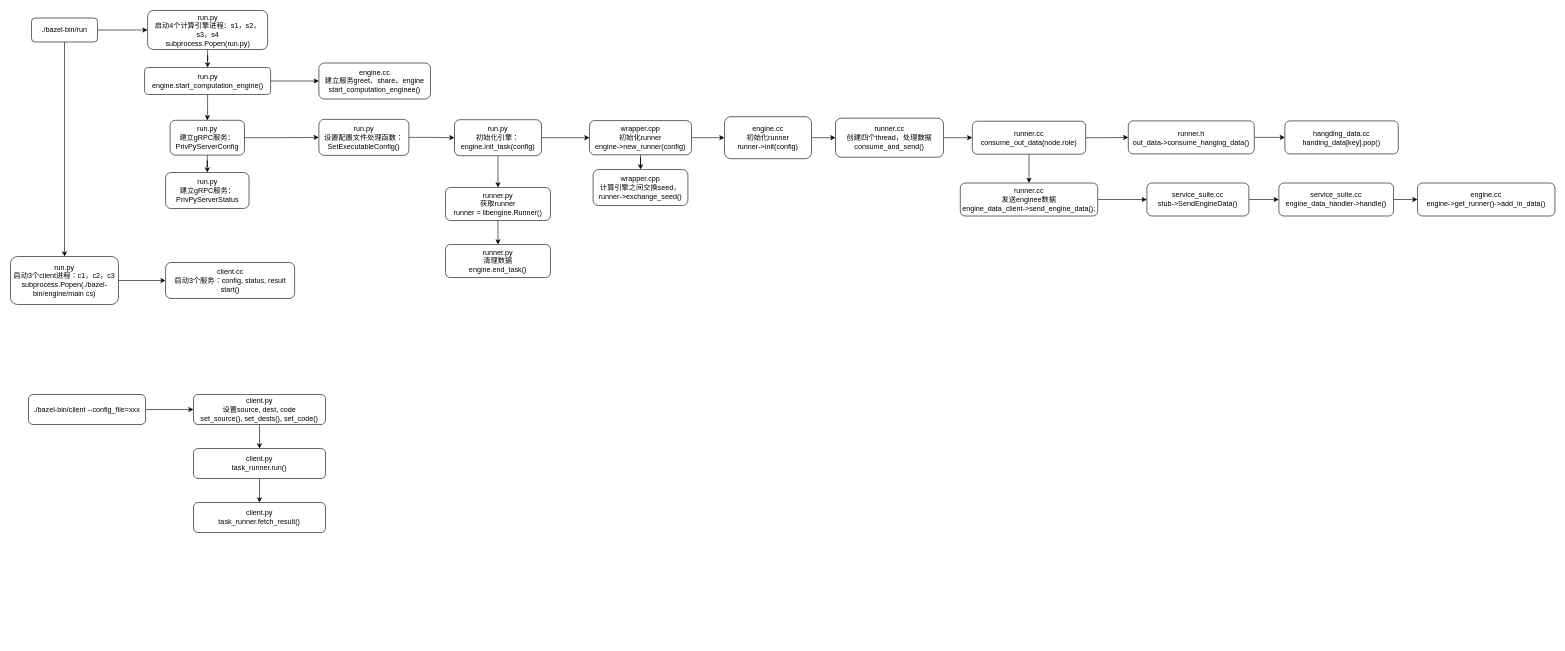
Above: workflow.drawio in yankaili2006/wiki (draw.io), before the change. Source tidied: cells renumbered, new cells numbered last; positions are measured from the earlier drawing's top-left corner, leaving out a move shared by most shapes. Both pictures are drawn from the tidied source at 60%, with x=0, y=0 at pixel (10, 10).
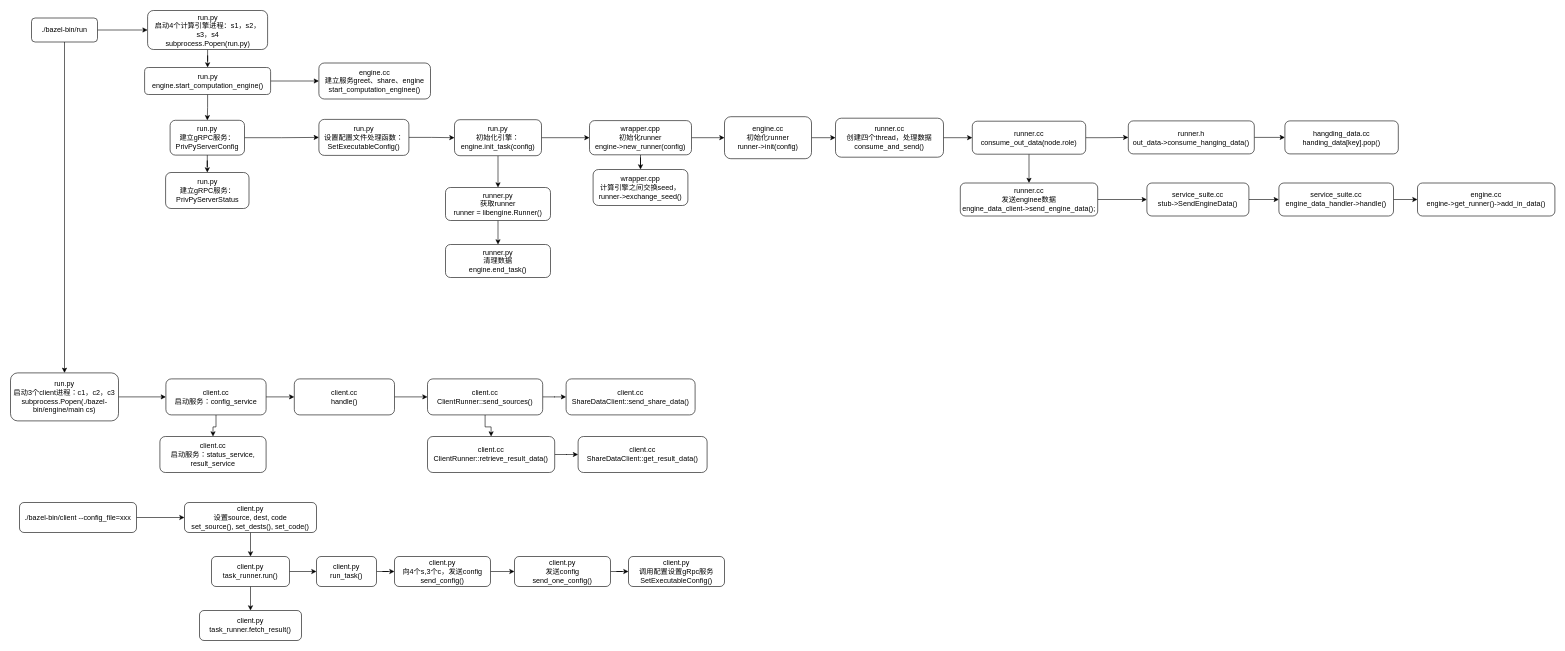
The same page after the edit.

The edit, as a diff of the source:
```diff
@@
     <mxCell id="6" value="&lt;span lang=&quot;EN-US&quot;&gt;run.py&lt;br&gt;启动3个client进程：c1，c2，c3&lt;br&gt;subprocess.Popen(./bazel-bin/engine/main cs)&lt;br&gt;&lt;/span&gt;" style="shape=ext;rounded=1;html=1;whiteSpace=wrap;" parent="1" vertex="1">
-      <mxGeometry y="410" width="180" height="80" as="geometry" />
+      <mxGeometry y="604" width="180" height="80" as="geometry" />
     </mxCell>
+    <mxCell id="54" style="edgeStyle=orthogonalEdgeStyle;rounded=0;jettySize=auto;html=1;" parent="1" edge="1" source="7" target="58">
+      <mxGeometry relative="1" as="geometry" />
+    </mxCell>
+    <mxCell id="55" style="edgeStyle=orthogonalEdgeStyle;rounded=0;jettySize=auto;html=1;" parent="1" edge="1" source="7" target="57">
+      <mxGeometry relative="1" as="geometry" />
+    </mxCell>
-    <mxCell id="7" value="&lt;span lang=&quot;EN-US&quot;&gt;client.cc&lt;br&gt;启动3个服务：config, status, result&lt;br&gt;start()&lt;br&gt;&lt;/span&gt;" style="shape=ext;rounded=1;html=1;whiteSpace=wrap;" parent="1" vertex="1">
-      <mxGeometry x="258.5" y="420" width="215" height="60" as="geometry" />
+    <mxCell id="7" value="&lt;span lang=&quot;EN-US&quot;&gt;client.cc&lt;br&gt;启动服务：config_service&lt;br&gt;&lt;/span&gt;" style="shape=ext;rounded=1;html=1;whiteSpace=wrap;" parent="1" vertex="1">
+      <mxGeometry x="259" y="614" width="167" height="60" as="geometry" />
     </mxCell>
+    <mxCell id="56" style="edgeStyle=orthogonalEdgeStyle;rounded=0;jettySize=auto;html=1;" parent="1" edge="1" source="57" target="61">
+      <mxGeometry relative="1" as="geometry" />
+    </mxCell>
+    <mxCell id="57" value="&lt;span lang=&quot;EN-US&quot;&gt;client.cc&lt;br&gt;handle()&lt;br&gt;&lt;/span&gt;" style="shape=ext;rounded=1;html=1;whiteSpace=wrap;" parent="1" vertex="1">
+      <mxGeometry x="473" y="614" width="167" height="60" as="geometry" />
+    </mxCell>
+    <mxCell id="58" value="&lt;span lang=&quot;EN-US&quot;&gt;client.cc&lt;br&gt;启动服务：status_service, result_service&lt;br&gt;&lt;/span&gt;" style="shape=ext;rounded=1;html=1;whiteSpace=wrap;" parent="1" vertex="1">
+      <mxGeometry x="249" y="710" width="177" height="60" as="geometry" />
+    </mxCell>
+    <mxCell id="59" style="edgeStyle=orthogonalEdgeStyle;rounded=0;jettySize=auto;html=1;" parent="1" edge="1" source="61" target="64">
+      <mxGeometry relative="1" as="geometry" />
+    </mxCell>
+    <mxCell id="60" style="edgeStyle=orthogonalEdgeStyle;rounded=0;jettySize=auto;html=1;" parent="1" edge="1" source="61" target="62">
+      <mxGeometry relative="1" as="geometry" />
+    </mxCell>
+    <mxCell id="61" value="&lt;span lang=&quot;EN-US&quot;&gt;client.cc&lt;br&gt;ClientRunner::send_sources()&lt;br&gt;&lt;/span&gt;" style="shape=ext;rounded=1;html=1;whiteSpace=wrap;" parent="1" vertex="1">
+      <mxGeometry x="695" y="614" width="192" height="60" as="geometry" />
+    </mxCell>
+    <mxCell id="62" value="&lt;span lang=&quot;EN-US&quot;&gt;client.cc&lt;br&gt;ShareDataClient::send_share_data()&lt;br&gt;&lt;/span&gt;" style="shape=ext;rounded=1;html=1;whiteSpace=wrap;" parent="1" vertex="1">
+      <mxGeometry x="926" y="614" width="215" height="60" as="geometry" />
+    </mxCell>
+    <mxCell id="63" style="edgeStyle=orthogonalEdgeStyle;rounded=0;jettySize=auto;html=1;" parent="1" edge="1" source="64" target="65">
+      <mxGeometry relative="1" as="geometry" />
+    </mxCell>
+    <mxCell id="64" value="&lt;span lang=&quot;EN-US&quot;&gt;client.cc&lt;br&gt;ClientRunner::retrieve_result_data()&lt;br&gt;&lt;/span&gt;" style="shape=ext;rounded=1;html=1;whiteSpace=wrap;" parent="1" vertex="1">
+      <mxGeometry x="695" y="710" width="212" height="60" as="geometry" />
+    </mxCell>
+    <mxCell id="65" value="&lt;span lang=&quot;EN-US&quot;&gt;client.cc&lt;br&gt;ShareDataClient::get_result_data()&lt;br&gt;&lt;/span&gt;" style="shape=ext;rounded=1;html=1;whiteSpace=wrap;" parent="1" vertex="1">
+      <mxGeometry x="946" y="710" width="215" height="60" as="geometry" />
+    </mxCell>
@@
     <mxCell id="48" value="./bazel-bin/client --config_file=xxx" style="shape=ext;rounded=1;html=1;whiteSpace=wrap;" parent="1" vertex="1">
-      <mxGeometry x="30" y="640" width="195" height="50" as="geometry" />
+      <mxGeometry x="15" y="820" width="195" height="50" as="geometry" />
     </mxCell>
@@
     <mxCell id="50" value="client.py&lt;br&gt;设置source, dest, code&lt;br&gt;set_source(), set_dests(), set_code()&lt;br&gt;" style="shape=ext;rounded=1;html=1;whiteSpace=wrap;" parent="1" vertex="1">
-      <mxGeometry x="305" y="640" width="220" height="50" as="geometry" />
+      <mxGeometry x="290" y="820" width="220" height="50" as="geometry" />
     </mxCell>
@@
+    <mxCell id="66" style="edgeStyle=orthogonalEdgeStyle;rounded=0;jettySize=auto;html=1;" parent="1" edge="1" source="52" target="68">
+      <mxGeometry relative="1" as="geometry" />
+    </mxCell>
     <mxCell id="52" value="client.py&lt;br&gt;task_runner.run()&lt;br&gt;" style="shape=ext;rounded=1;html=1;whiteSpace=wrap;" parent="1" vertex="1">
-      <mxGeometry x="305" y="730" width="220" height="50" as="geometry" />
+      <mxGeometry x="335" y="910" width="130" height="50" as="geometry" />
     </mxCell>
+    <mxCell id="67" style="edgeStyle=orthogonalEdgeStyle;rounded=0;jettySize=auto;html=1;" parent="1" edge="1" source="68" target="70">
+      <mxGeometry relative="1" as="geometry" />
+    </mxCell>
+    <mxCell id="68" value="client.py&lt;br&gt;run_task()&lt;br&gt;" style="shape=ext;rounded=1;html=1;whiteSpace=wrap;" parent="1" vertex="1">
+      <mxGeometry x="510" y="910" width="100" height="50" as="geometry" />
+    </mxCell>
+    <mxCell id="69" style="edgeStyle=orthogonalEdgeStyle;rounded=0;jettySize=auto;html=1;" parent="1" edge="1" source="70" target="72">
+      <mxGeometry relative="1" as="geometry" />
+    </mxCell>
+    <mxCell id="70" value="client.py&lt;br&gt;向4个s,3个c，发送config&lt;br&gt;send_config()&lt;br&gt;" style="shape=ext;rounded=1;html=1;whiteSpace=wrap;" parent="1" vertex="1">
+      <mxGeometry x="640" y="910" width="160" height="50" as="geometry" />
+    </mxCell>
+    <mxCell id="71" style="edgeStyle=orthogonalEdgeStyle;rounded=0;jettySize=auto;html=1;" parent="1" edge="1" source="72" target="73">
+      <mxGeometry relative="1" as="geometry" />
+    </mxCell>
+    <mxCell id="72" value="client.py&lt;br&gt;发送config&lt;br&gt;send_one_config()&lt;br&gt;" style="shape=ext;rounded=1;html=1;whiteSpace=wrap;" parent="1" vertex="1">
+      <mxGeometry x="840" y="910" width="160" height="50" as="geometry" />
+    </mxCell>
+    <mxCell id="73" value="client.py&lt;br&gt;调用配置设置gRpc服务&lt;br&gt;SetExecutableConfig()&lt;br&gt;" style="shape=ext;rounded=1;html=1;whiteSpace=wrap;" parent="1" vertex="1">
+      <mxGeometry x="1030" y="910" width="160" height="50" as="geometry" />
+    </mxCell>
     <mxCell id="53" value="client.py&lt;br&gt;task_runner.fetch_result()&lt;br&gt;" style="shape=ext;rounded=1;html=1;whiteSpace=wrap;" parent="1" vertex="1">
-      <mxGeometry x="305" y="820" width="220" height="50" as="geometry" />
+      <mxGeometry x="315" y="1000" width="170" height="50" as="geometry" />
     </mxCell>
```
